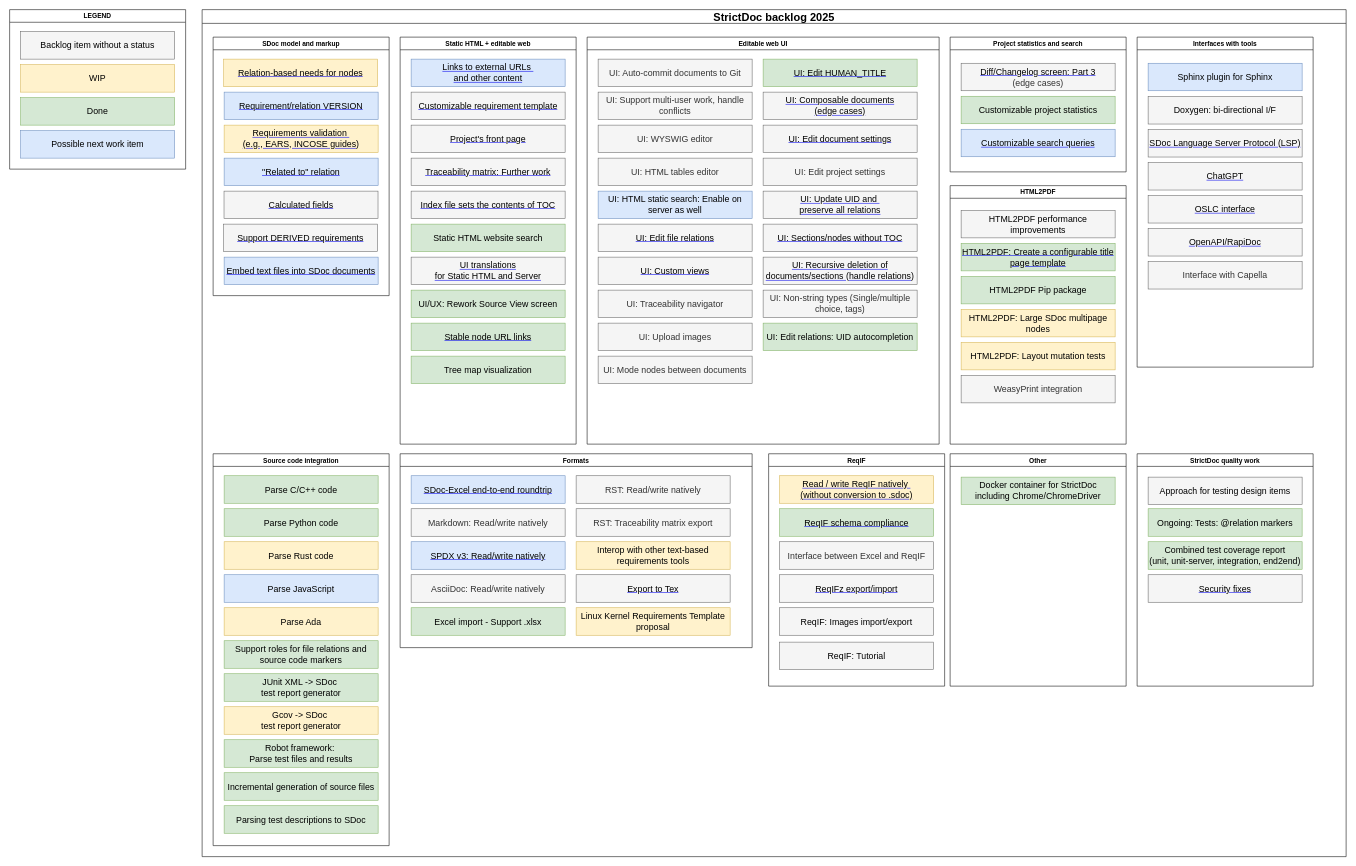
Before: developer/drawio/Backlog.drawio in strictdoc-project/strictdoc, a draw.io diagram. Source tidied: cells renumbered, new cells numbered last; positions are measured from the earlier drawing's top-left corner, leaving out a move shared by most shapes. Both pictures are drawn from the tidied source at 55%, with x=0, y=0 at pixel (9, 9).
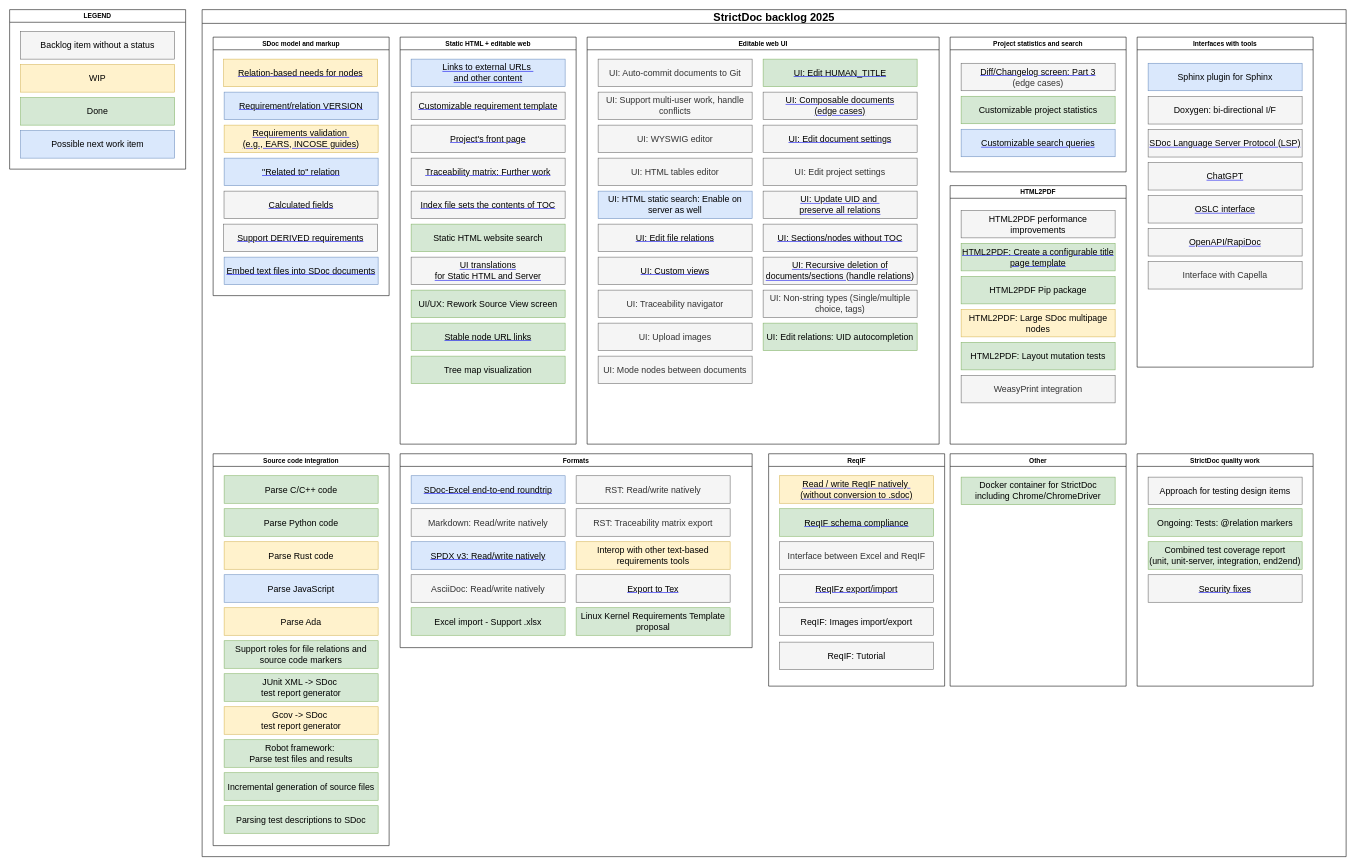
The same diagram, later.

Commit message (it also covers changes not shown here):
docs: update the roadmap and backlog

The change refers to these unchanged cells:
```xml
<mxCell id="3" value="HTML2PDF" style="swimlane;" parent="2" vertex="1">
  <mxGeometry x="1360" y="320" width="320" height="470" as="geometry" />
</mxCell>
<mxCell id="49" value="Formats" style="swimlane;" parent="2" vertex="1">
  <mxGeometry x="360" y="807.5" width="640" height="352.5" as="geometry" />
</mxCell>
```

Change to the diagram source:
```diff
@@
-    <mxCell id="9" value="&lt;font color=&quot;#000000&quot;&gt;HTML2PDF: Layout mutation tests&lt;/font&gt;" style="text;html=1;strokeColor=#d6b656;fillColor=#fff2cc;align=center;verticalAlign=middle;whiteSpace=wrap;rounded=0;fontStyle=0;fontSize=16;" parent="3" vertex="1">
+    <mxCell id="9" value="&lt;font color=&quot;#000000&quot;&gt;HTML2PDF: Layout mutation tests&lt;/font&gt;" style="text;html=1;strokeColor=#82b366;fillColor=#d5e8d4;align=center;verticalAlign=middle;whiteSpace=wrap;rounded=0;fontStyle=0;fontSize=16;" parent="3" vertex="1">
       <mxGeometry x="20" y="285" width="280" height="50" as="geometry" />
     </mxCell>
@@
-    <mxCell id="59" value="Linux Kernel Requirements Template proposal" style="text;html=1;strokeColor=#d6b656;fillColor=#fff2cc;align=center;verticalAlign=middle;whiteSpace=wrap;rounded=0;fontStyle=0;fontSize=16;" parent="49" vertex="1">
+    <mxCell id="59" value="Linux Kernel Requirements Template proposal" style="text;html=1;strokeColor=#82b366;fillColor=#d5e8d4;align=center;verticalAlign=middle;whiteSpace=wrap;rounded=0;fontStyle=0;fontSize=16;" parent="49" vertex="1">
       <mxGeometry x="320" y="280" width="280" height="50" as="geometry" />
     </mxCell>
```
